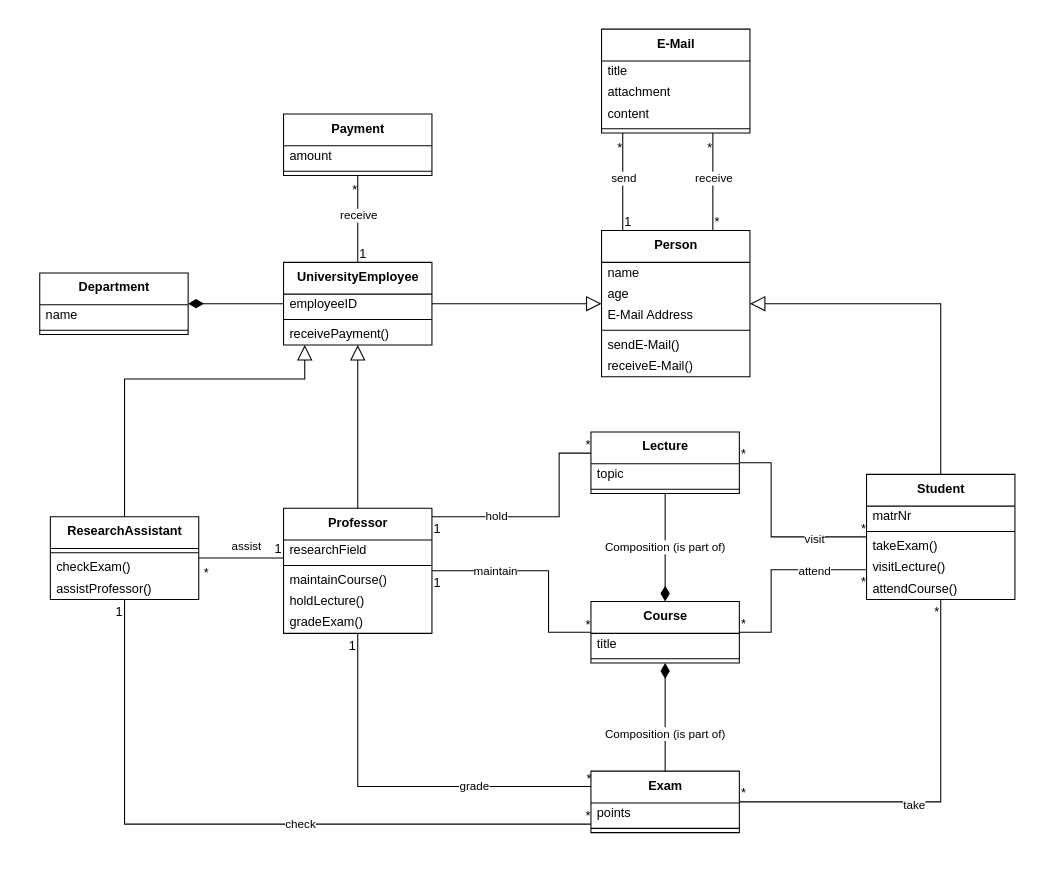
This is test_cases/test_requirements.drawio from Bimi1804/BiT-ReNU, a draw.io file, before an edit. Source tidied: cells renumbered, new cells numbered last; positions are measured from the earlier drawing's top-left corner, leaving out a move shared by most shapes. Both pictures are drawn from the tidied source at 106%, with x=0, y=0 at pixel (39, 29).
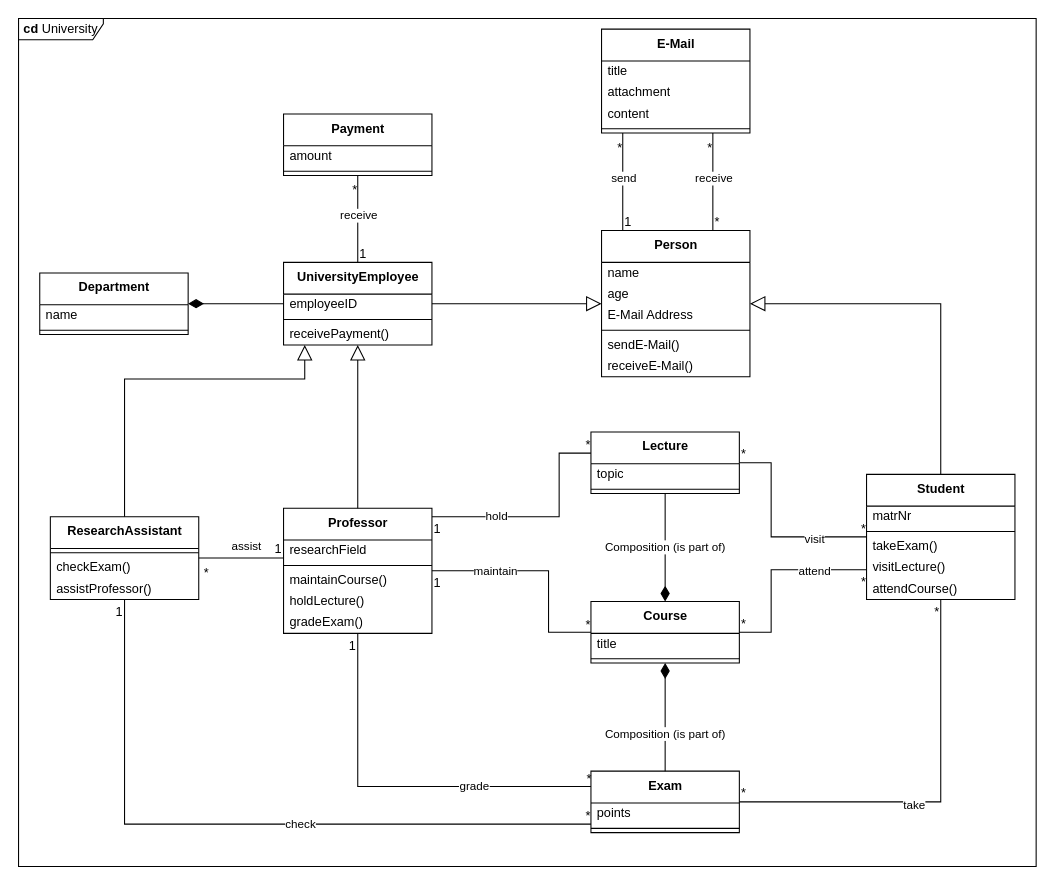
Above is the later version.

Diff of the diagram source:
```diff
@@
+    <mxCell id="101" value="&lt;b&gt;cd&lt;/b&gt; University" style="shape=umlFrame;whiteSpace=wrap;html=1;width=80;height=20;" parent="1" vertex="1">
+      <mxGeometry x="-20" y="-10" width="960" height="800" as="geometry" />
+    </mxCell>
```
